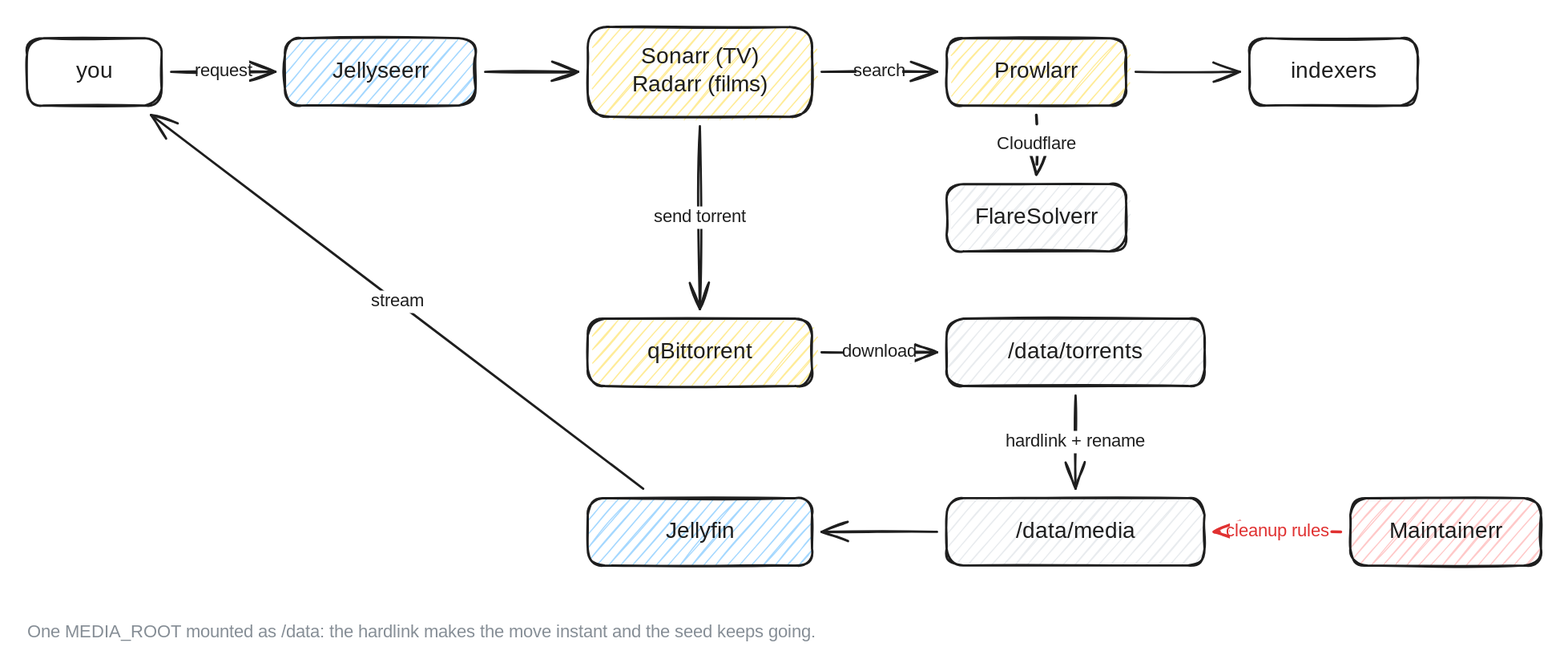
Before: docs/images/mediarr.excalidraw.svg, a diagram exported from Excalidraw (mueslipolo/homelab). Source tidied: one line per element, renumbered; positions are measured from the earlier drawing's top-left corner, leaving out a move shared by most shapes.
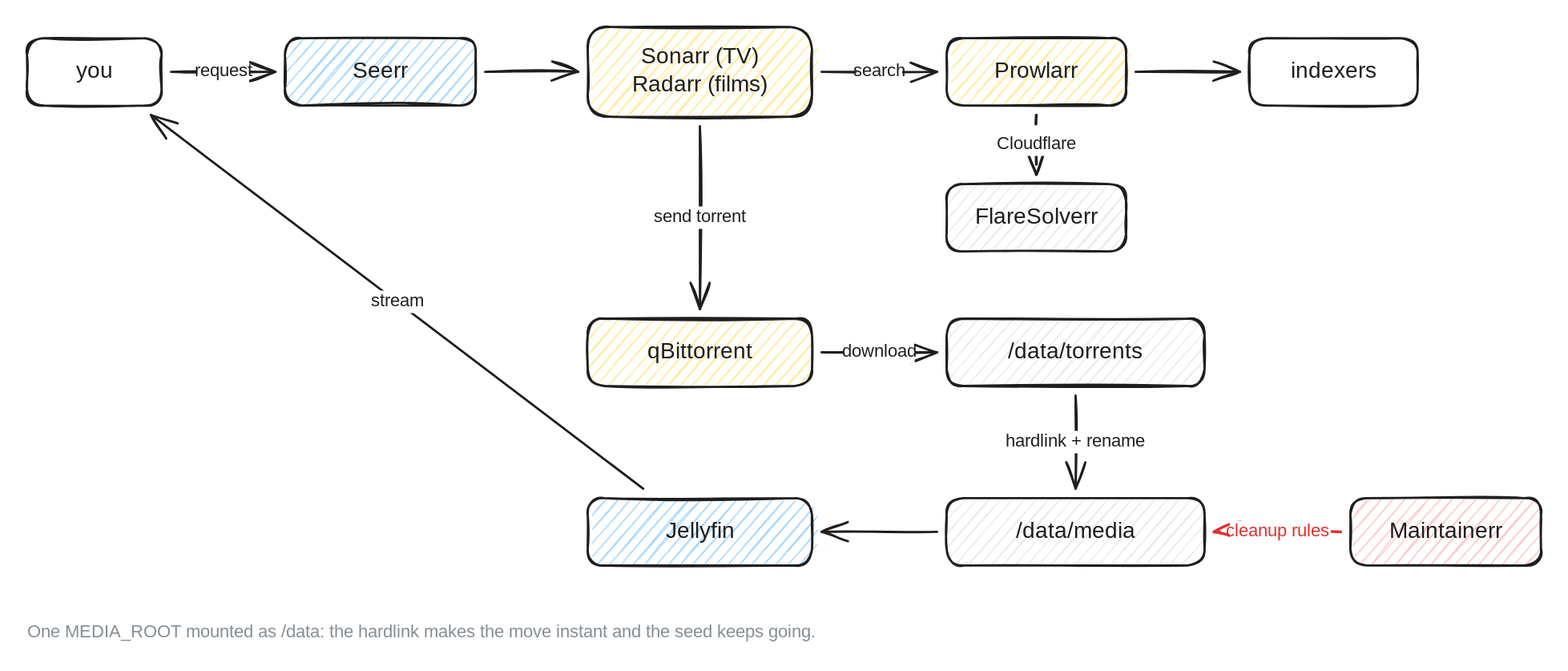
The same diagram one commit later.

Diff of the diagram source:
```diff
@@ -9,20 +9,20 @@
 {"id": 8, "type": "rectangle", "strokeColor": "#1e1e1e", "backgroundColor": "#e9ecef", "fillStyle": "hachure", "strokeWidth": 2, "roughness": 1, "round": true, "x": 820, "y": 420, "width": 230, "height": 60}
 {"id": 9, "type": "rectangle", "strokeColor": "#1e1e1e", "backgroundColor": "#a5d8ff", "fillStyle": "hachure", "strokeWidth": 2, "roughness": 1, "round": true, "x": 500, "y": 420, "width": 200, "height": 60}
 {"id": 10, "type": "rectangle", "strokeColor": "#1e1e1e", "backgroundColor": "#ffc9c9", "fillStyle": "hachure", "strokeWidth": 2, "roughness": 1, "round": true, "x": 1180, "y": 420, "width": 170, "height": 60}
-{"id": 11, "type": "arrow", "strokeColor": "#1e1e1e", "strokeWidth": 2, "roughness": 1, "endArrowhead": "arrow", "from": 0, "to": 1, "x": 128, "y": 40, "width": 93, "height": 0, "points": [[0, 0], [93, 0]]}
-{"id": 12, "type": "arrow", "strokeColor": "#1e1e1e", "strokeWidth": 2, "roughness": 1, "endArrowhead": "arrow", "from": 1, "to": 2, "x": 408, "y": 40, "width": 83, "height": 0, "points": [[0, 0], [83, 0]]}
-{"id": 13, "type": "arrow", "strokeColor": "#1e1e1e", "strokeWidth": 2, "roughness": 1, "endArrowhead": "arrow", "from": 2, "to": 3, "x": 708, "y": 40, "width": 103, "height": 0, "points": [[0, 0], [103, 0]]}
-{"id": 14, "type": "arrow", "strokeColor": "#1e1e1e", "strokeWidth": 2, "roughness": 1, "endArrowhead": "arrow", "from": 3, "to": 4, "x": 988, "y": 40, "width": 93, "height": 0, "points": [[0, 0], [93, 0]]}
-{"id": 15, "type": "arrow", "strokeColor": "#1e1e1e", "strokeWidth": 2, "strokeStyle": "dashed", "roughness": 1, "endArrowhead": "arrow", "from": 3, "to": 5, "x": 900, "y": 78, "width": 0, "height": 53, "points": [[0, 0], [0, 53]]}
-{"id": 16, "type": "arrow", "strokeColor": "#1e1e1e", "strokeWidth": 2, "roughness": 1, "endArrowhead": "arrow", "from": 2, "to": 6, "x": 600, "y": 88, "width": 0, "height": 163, "points": [[0, 0], [0, 163]]}
-{"id": 17, "type": "arrow", "strokeColor": "#1e1e1e", "strokeWidth": 2, "roughness": 1, "endArrowhead": "arrow", "from": 6, "to": 7, "x": 708, "y": 290, "width": 103, "height": 0, "points": [[0, 0], [103, 0]]}
-{"id": 18, "type": "arrow", "strokeColor": "#1e1e1e", "strokeWidth": 2, "roughness": 1, "endArrowhead": "arrow", "from": 7, "to": 8, "x": 935, "y": 328, "width": 0, "height": 83, "points": [[0, 0], [0, 83]]}
-{"id": 19, "type": "arrow", "strokeColor": "#1e1e1e", "strokeWidth": 2, "roughness": 1, "endArrowhead": "arrow", "from": 8, "to": 9, "x": 812, "y": 450, "width": 103, "height": 0, "points": [[0, 0], [-103, 0]]}
-{"id": 20, "type": "arrow", "strokeColor": "#1e1e1e", "strokeWidth": 2, "roughness": 1, "endArrowhead": "arrow", "from": 9, "to": 0, "x": 549, "y": 412, "width": 439, "height": 333, "points": [[0, 0], [-439, -333]]}
-{"id": 21, "type": "arrow", "strokeColor": "#e03131", "strokeWidth": 2, "strokeStyle": "dashed", "roughness": 1, "endArrowhead": "arrow", "from": 10, "to": 8, "x": 1172, "y": 450, "width": 113, "height": 0, "points": [[0, 0], [-113, 0]]}
+{"id": 42, "type": "arrow", "strokeColor": "#1e1e1e", "strokeWidth": 2, "roughness": 1, "endArrowhead": "arrow", "from": 0, "to": 1, "x": 128, "y": 40, "width": 93, "height": 0, "points": [[0, 0], [93, 0]]}
+{"id": 43, "type": "arrow", "strokeColor": "#1e1e1e", "strokeWidth": 2, "roughness": 1, "endArrowhead": "arrow", "from": 1, "to": 2, "x": 408, "y": 40, "width": 83, "height": 0, "points": [[0, 0], [83, 0]]}
+{"id": 44, "type": "arrow", "strokeColor": "#1e1e1e", "strokeWidth": 2, "roughness": 1, "endArrowhead": "arrow", "from": 2, "to": 3, "x": 708, "y": 40, "width": 103, "height": 0, "points": [[0, 0], [103, 0]]}
+{"id": 45, "type": "arrow", "strokeColor": "#1e1e1e", "strokeWidth": 2, "roughness": 1, "endArrowhead": "arrow", "from": 3, "to": 4, "x": 988, "y": 40, "width": 93, "height": 0, "points": [[0, 0], [93, 0]]}
+{"id": 46, "type": "arrow", "strokeColor": "#1e1e1e", "strokeWidth": 2, "strokeStyle": "dashed", "roughness": 1, "endArrowhead": "arrow", "from": 3, "to": 5, "x": 900, "y": 78, "width": 0, "height": 53, "points": [[0, 0], [0, 53]]}
+{"id": 47, "type": "arrow", "strokeColor": "#1e1e1e", "strokeWidth": 2, "roughness": 1, "endArrowhead": "arrow", "from": 2, "to": 6, "x": 600, "y": 88, "width": 0, "height": 163, "points": [[0, 0], [0, 163]]}
+{"id": 48, "type": "arrow", "strokeColor": "#1e1e1e", "strokeWidth": 2, "roughness": 1, "endArrowhead": "arrow", "from": 6, "to": 7, "x": 708, "y": 290, "width": 103, "height": 0, "points": [[0, 0], [103, 0]]}
+{"id": 49, "type": "arrow", "strokeColor": "#1e1e1e", "strokeWidth": 2, "roughness": 1, "endArrowhead": "arrow", "from": 7, "to": 8, "x": 935, "y": 328, "width": 0, "height": 83, "points": [[0, 0], [0, 83]]}
+{"id": 50, "type": "arrow", "strokeColor": "#1e1e1e", "strokeWidth": 2, "roughness": 1, "endArrowhead": "arrow", "from": 8, "to": 9, "x": 812, "y": 450, "width": 103, "height": 0, "points": [[0, 0], [-103, 0]]}
+{"id": 51, "type": "arrow", "strokeColor": "#1e1e1e", "strokeWidth": 2, "roughness": 1, "endArrowhead": "arrow", "from": 9, "to": 0, "x": 549, "y": 412, "width": 439, "height": 333, "points": [[0, 0], [-439, -333]]}
+{"id": 52, "type": "arrow", "strokeColor": "#e03131", "strokeWidth": 2, "strokeStyle": "dashed", "roughness": 1, "endArrowhead": "arrow", "from": 10, "to": 8, "x": 1172, "y": 450, "width": 113, "height": 0, "points": [[0, 0], [-113, 0]]}
 {"id": 22, "type": "text", "text": "One MEDIA_ROOT mounted as /data: the hardlink makes the move instant and the seed keeps going.", "strokeColor": "#868e96", "strokeWidth": 2, "roughness": 1, "fontSize": 16, "fontFamily": 5, "x": 0, "y": 530, "width": 655, "height": 20}
 {"id": 23, "type": "text", "text": "you", "strokeColor": "#1e1e1e", "strokeWidth": 2, "roughness": 1, "fontSize": 20, "fontFamily": 5, "textAlign": "center", "verticalAlign": "middle", "inside": 0, "x": 45, "y": 28, "width": 30, "height": 25}
-{"id": 24, "type": "text", "text": "Jellyseerr", "strokeColor": "#1e1e1e", "strokeWidth": 2, "roughness": 1, "fontSize": 20, "fontFamily": 5, "textAlign": "center", "verticalAlign": "middle", "inside": 1, "x": 277, "y": 28, "width": 77, "height": 25}
+{"id": 53, "type": "text", "text": "Seerr", "strokeColor": "#1e1e1e", "strokeWidth": 2, "roughness": 1, "fontSize": 20, "fontFamily": 5, "textAlign": "center", "verticalAlign": "middle", "inside": 1, "x": 294, "y": 28, "width": 42, "height": 25}
 {"id": 25, "type": "text", "text": "Sonarr (TV)\nRadarr (films)", "strokeColor": "#1e1e1e", "strokeWidth": 2, "roughness": 1, "fontSize": 20, "fontFamily": 5, "textAlign": "center", "verticalAlign": "middle", "inside": 2, "x": 543, "y": 15, "width": 114, "height": 50}
 {"id": 26, "type": "text", "text": "Prowlarr", "strokeColor": "#1e1e1e", "strokeWidth": 2, "roughness": 1, "fontSize": 20, "fontFamily": 5, "textAlign": "center", "verticalAlign": "middle", "inside": 3, "x": 865, "y": 28, "width": 70, "height": 25}
 {"id": 27, "type": "text", "text": "indexers", "strokeColor": "#1e1e1e", "strokeWidth": 2, "roughness": 1, "fontSize": 20, "fontFamily": 5, "textAlign": "center", "verticalAlign": "middle", "inside": 4, "x": 1131, "y": 28, "width": 68, "height": 25}
@@ -32,11 +32,11 @@
 {"id": 31, "type": "text", "text": "/data/media", "strokeColor": "#1e1e1e", "strokeWidth": 2, "roughness": 1, "fontSize": 20, "fontFamily": 5, "textAlign": "center", "verticalAlign": "middle", "inside": 8, "x": 888, "y": 438, "width": 93, "height": 25}
 {"id": 32, "type": "text", "text": "Jellyfin", "strokeColor": "#1e1e1e", "strokeWidth": 2, "roughness": 1, "fontSize": 20, "fontFamily": 5, "textAlign": "center", "verticalAlign": "middle", "inside": 9, "x": 570, "y": 438, "width": 60, "height": 25}
 {"id": 33, "type": "text", "text": "Maintainerr", "strokeColor": "#1e1e1e", "strokeWidth": 2, "roughness": 1, "fontSize": 20, "fontFamily": 5, "textAlign": "center", "verticalAlign": "middle", "inside": 10, "x": 1218, "y": 438, "width": 94, "height": 25}
-{"id": 34, "type": "text", "text": "request", "strokeColor": "#1e1e1e", "strokeWidth": 2, "roughness": 1, "fontSize": 16, "fontFamily": 5, "textAlign": "center", "verticalAlign": "middle", "inside": 11, "x": 152, "y": 30, "width": 46, "height": 20}
+{"id": 34, "type": "text", "text": "request", "strokeColor": "#1e1e1e", "strokeWidth": 2, "roughness": 1, "fontSize": 16, "fontFamily": 5, "textAlign": "center", "verticalAlign": "middle", "inside": 42, "x": 152, "y": 30, "width": 46, "height": 20}
-{"id": 35, "type": "text", "text": "search", "strokeColor": "#1e1e1e", "strokeWidth": 2, "roughness": 1, "fontSize": 16, "fontFamily": 5, "textAlign": "center", "verticalAlign": "middle", "inside": 13, "x": 740, "y": 30, "width": 41, "height": 20}
+{"id": 35, "type": "text", "text": "search", "strokeColor": "#1e1e1e", "strokeWidth": 2, "roughness": 1, "fontSize": 16, "fontFamily": 5, "textAlign": "center", "verticalAlign": "middle", "inside": 44, "x": 740, "y": 30, "width": 41, "height": 20}
-{"id": 36, "type": "text", "text": "Cloudflare", "strokeColor": "#1e1e1e", "strokeWidth": 2, "roughness": 1, "fontSize": 16, "fontFamily": 5, "textAlign": "center", "verticalAlign": "middle", "inside": 15, "x": 866, "y": 95, "width": 68, "height": 20}
+{"id": 36, "type": "text", "text": "Cloudflare", "strokeColor": "#1e1e1e", "strokeWidth": 2, "roughness": 1, "fontSize": 16, "fontFamily": 5, "textAlign": "center", "verticalAlign": "middle", "inside": 46, "x": 866, "y": 95, "width": 68, "height": 20}
-{"id": 37, "type": "text", "text": "send torrent", "strokeColor": "#1e1e1e", "strokeWidth": 2, "roughness": 1, "fontSize": 16, "fontFamily": 5, "textAlign": "center", "verticalAlign": "middle", "inside": 16, "x": 562, "y": 160, "width": 76, "height": 20}
+{"id": 37, "type": "text", "text": "send torrent", "strokeColor": "#1e1e1e", "strokeWidth": 2, "roughness": 1, "fontSize": 16, "fontFamily": 5, "textAlign": "center", "verticalAlign": "middle", "inside": 47, "x": 562, "y": 160, "width": 76, "height": 20}
-{"id": 38, "type": "text", "text": "download", "strokeColor": "#1e1e1e", "strokeWidth": 2, "roughness": 1, "fontSize": 16, "fontFamily": 5, "textAlign": "center", "verticalAlign": "middle", "inside": 17, "x": 728, "y": 280, "width": 63, "height": 20}
+{"id": 38, "type": "text", "text": "download", "strokeColor": "#1e1e1e", "strokeWidth": 2, "roughness": 1, "fontSize": 16, "fontFamily": 5, "textAlign": "center", "verticalAlign": "middle", "inside": 48, "x": 728, "y": 280, "width": 63, "height": 20}
-{"id": 39, "type": "text", "text": "hardlink + rename", "strokeColor": "#1e1e1e", "strokeWidth": 2, "roughness": 1, "fontSize": 16, "fontFamily": 5, "textAlign": "center", "verticalAlign": "middle", "inside": 18, "x": 876, "y": 360, "width": 117, "height": 20}
+{"id": 39, "type": "text", "text": "hardlink + rename", "strokeColor": "#1e1e1e", "strokeWidth": 2, "roughness": 1, "fontSize": 16, "fontFamily": 5, "textAlign": "center", "verticalAlign": "middle", "inside": 49, "x": 876, "y": 360, "width": 117, "height": 20}
-{"id": 40, "type": "text", "text": "stream", "strokeColor": "#1e1e1e", "strokeWidth": 2, "roughness": 1, "fontSize": 16, "fontFamily": 5, "textAlign": "center", "verticalAlign": "middle", "inside": 20, "x": 309, "y": 235, "width": 43, "height": 20}
+{"id": 40, "type": "text", "text": "stream", "strokeColor": "#1e1e1e", "strokeWidth": 2, "roughness": 1, "fontSize": 16, "fontFamily": 5, "textAlign": "center", "verticalAlign": "middle", "inside": 51, "x": 309, "y": 235, "width": 43, "height": 20}
-{"id": 41, "type": "text", "text": "cleanup rules", "strokeColor": "#e03131", "strokeWidth": 2, "roughness": 1, "fontSize": 16, "fontFamily": 5, "textAlign": "center", "verticalAlign": "middle", "inside": 21, "x": 1073, "y": 440, "width": 85, "height": 20}
+{"id": 41, "type": "text", "text": "cleanup rules", "strokeColor": "#e03131", "strokeWidth": 2, "roughness": 1, "fontSize": 16, "fontFamily": 5, "textAlign": "center", "verticalAlign": "middle", "inside": 52, "x": 1073, "y": 440, "width": 85, "height": 20}
```
